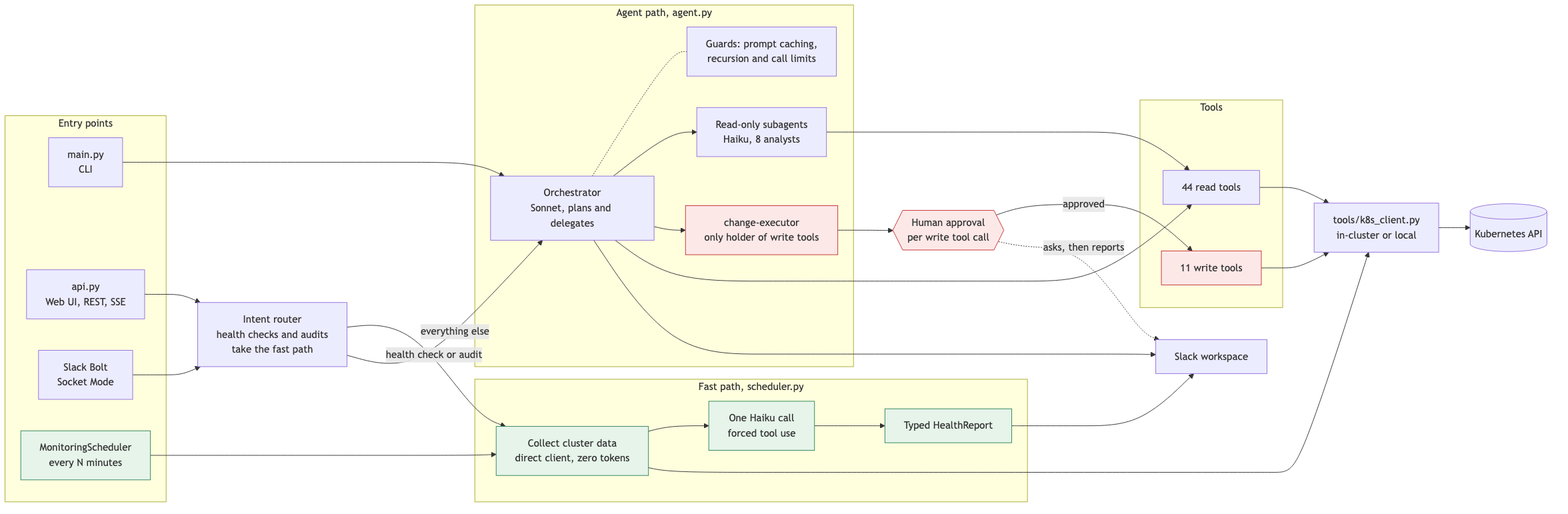
This is docs/sre-bot-architecture-simple.png from jonfairbanks/sre-agent, a Mermaid export, as it was before one commit. Its source is kept beside it as docs/sre-bot-architecture-simple.mmd. Its diagram source:
```mermaid
flowchart LR
    subgraph entry["Entry points"]
        CLI["main.py<br/>CLI"]
        WEB["api.py<br/>Web UI, REST, SSE"]
        BOLT["Slack Bolt<br/>Socket Mode"]
        SCHED["MonitoringScheduler<br/>every N minutes"]
    end

    ROUTER["Intent router<br/>health checks and audits<br/>take the fast path"]

    subgraph fast["Fast path, scheduler.py"]
        COLLECT["Collect cluster data<br/>direct client, zero tokens"]
        HAIKU["One Haiku call<br/>forced tool use"]
        REPORT["Typed HealthReport"]
    end

    subgraph agent["Agent path, agent.py"]
        ORCH["Orchestrator<br/>Sonnet, plans and delegates"]
        LIM["Guards: prompt caching,<br/>recursion and call limits"]
        RO["Read-only subagents<br/>Haiku, 8 analysts"]
        CE["change-executor<br/>only holder of write tools"]
    end

    GATE{{"Human approval<br/>per write tool call"}}

    subgraph toolset["Tools"]
        RT["44 read tools"]
        WT["11 write tools"]
    end

    K8C["tools/k8s_client.py<br/>in-cluster or local"]
    K8S[("Kubernetes API")]
    SLK["Slack workspace"]

    CLI --> ORCH
    WEB --> ROUTER
    BOLT --> ROUTER
    SCHED --> COLLECT
    ROUTER -->|"health check or audit"| COLLECT
    ROUTER -->|"everything else"| ORCH

    COLLECT --> HAIKU
    HAIKU --> REPORT
    REPORT --> SLK

    ORCH -.- LIM
    ORCH --> RO
    ORCH --> CE
    ORCH --> RT
    RO --> RT
    CE --> GATE
    GATE -->|"approved"| WT
    GATE -.->|"asks, then reports"| SLK
    ORCH --> SLK

    COLLECT --> K8C
    RT --> K8C
    WT --> K8C
    K8C --> K8S

    classDef bounded fill:#e6f4ea,stroke:#2f855a
    classDef write fill:#fde8e8,stroke:#c53030
    class COLLECT,HAIKU,REPORT,SCHED bounded
    class CE,GATE,WT write
```
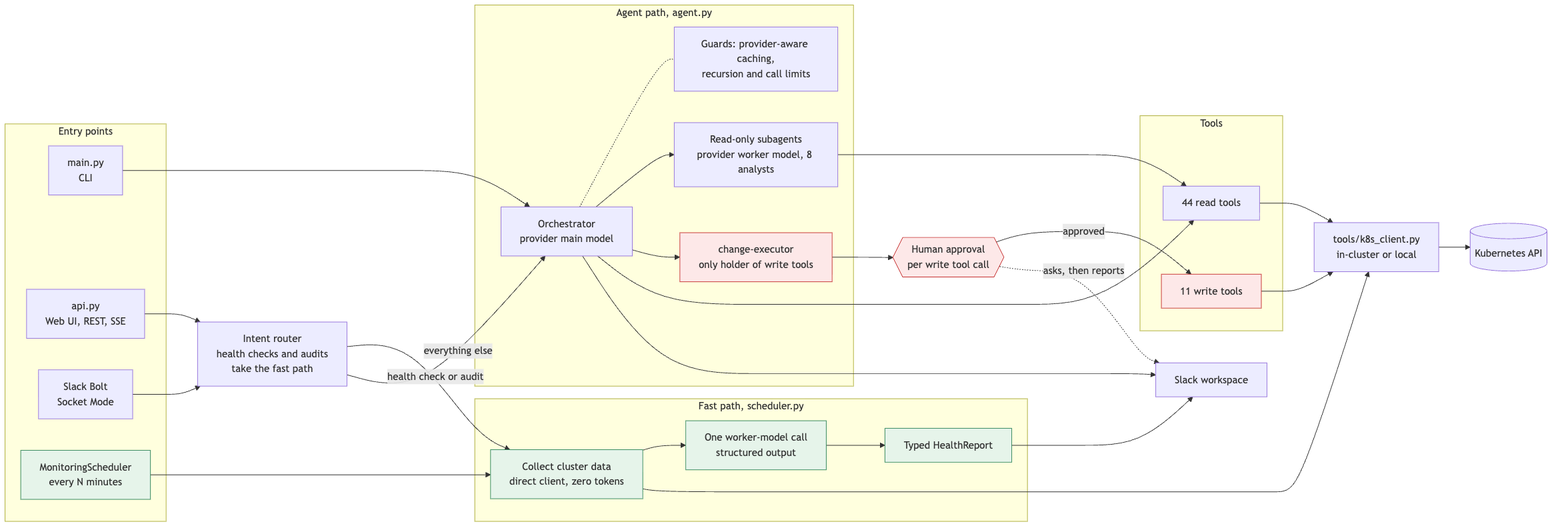
After the commit.

What changed in the source:
```diff
@@ -10,14 +10,14 @@
 
     subgraph fast["Fast path, scheduler.py"]
         COLLECT["Collect cluster data<br/>direct client, zero tokens"]
-        HAIKU["One Haiku call<br/>forced tool use"]
+        WORKER["One worker-model call<br/>structured output"]
         REPORT["Typed HealthReport"]
     end
 
     subgraph agent["Agent path, agent.py"]
-        ORCH["Orchestrator<br/>Sonnet, plans and delegates"]
-        LIM["Guards: prompt caching,<br/>recursion and call limits"]
-        RO["Read-only subagents<br/>Haiku, 8 analysts"]
+        ORCH["Orchestrator<br/>provider main model"]
+        LIM["Guards: provider-aware caching,<br/>recursion and call limits"]
+        RO["Read-only subagents<br/>provider worker model, 8 analysts"]
         CE["change-executor<br/>only holder of write tools"]
     end
 
@@ -39,8 +39,8 @@
     ROUTER -->|"health check or audit"| COLLECT
     ROUTER -->|"everything else"| ORCH
 
-    COLLECT --> HAIKU
-    HAIKU --> REPORT
+    COLLECT --> WORKER
+    WORKER --> REPORT
     REPORT --> SLK
 
     ORCH -.- LIM
@@ -60,5 +60,5 @@
 
     classDef bounded fill:#e6f4ea,stroke:#2f855a
     classDef write fill:#fde8e8,stroke:#c53030
-    class COLLECT,HAIKU,REPORT,SCHED bounded
+    class COLLECT,WORKER,REPORT,SCHED bounded
     class CE,GATE,WT write
```
